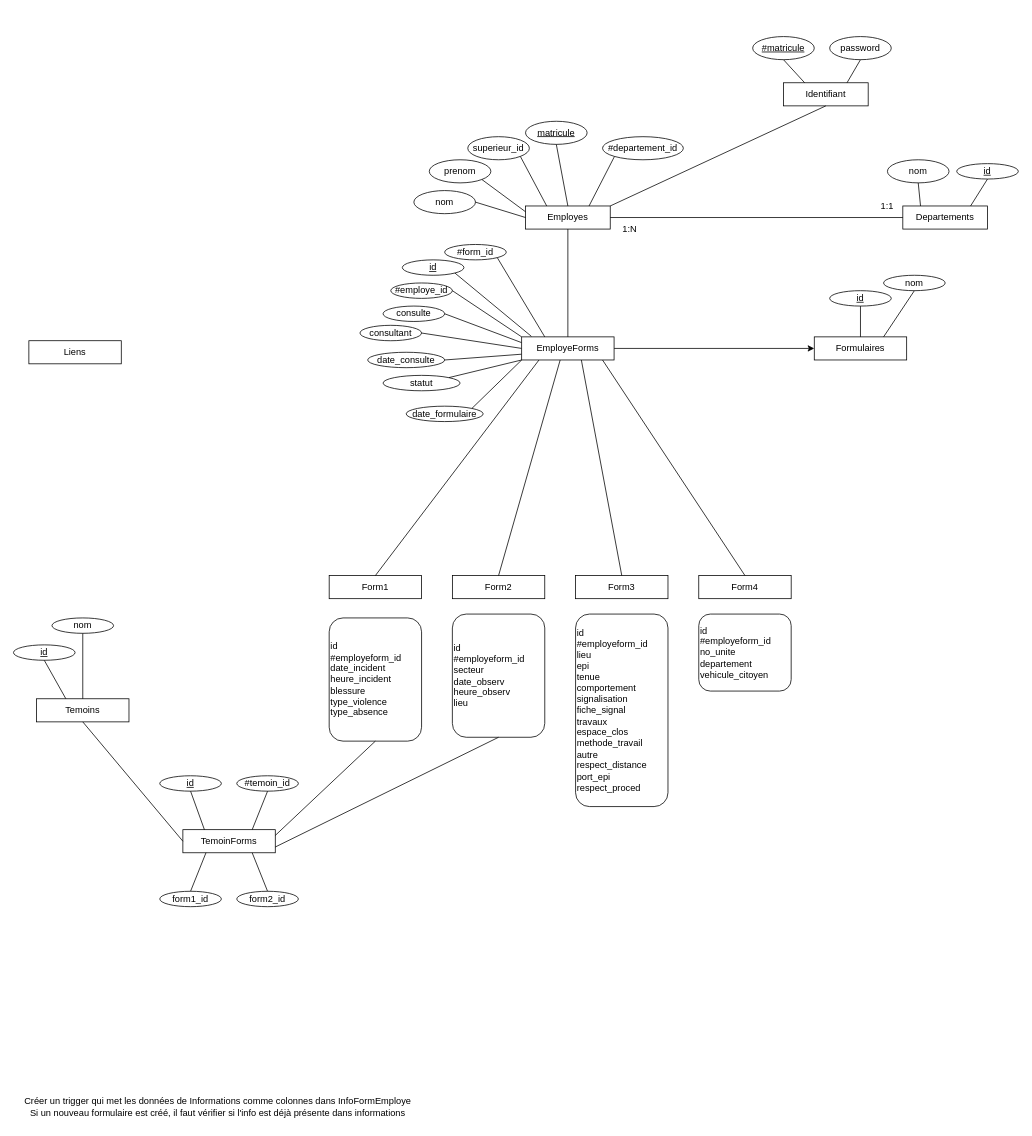
Earlier version of the draw.io diagram Notes/BDD/BDD.drawio (antoineg94/Projet-integration). Source tidied: cells renumbered, new cells numbered last; positions are measured from the earlier drawing's top-left corner, leaving out a move shared by most shapes. Both pictures are drawn from the tidied source at 77%, with x=0, y=0 at pixel (13, 36).
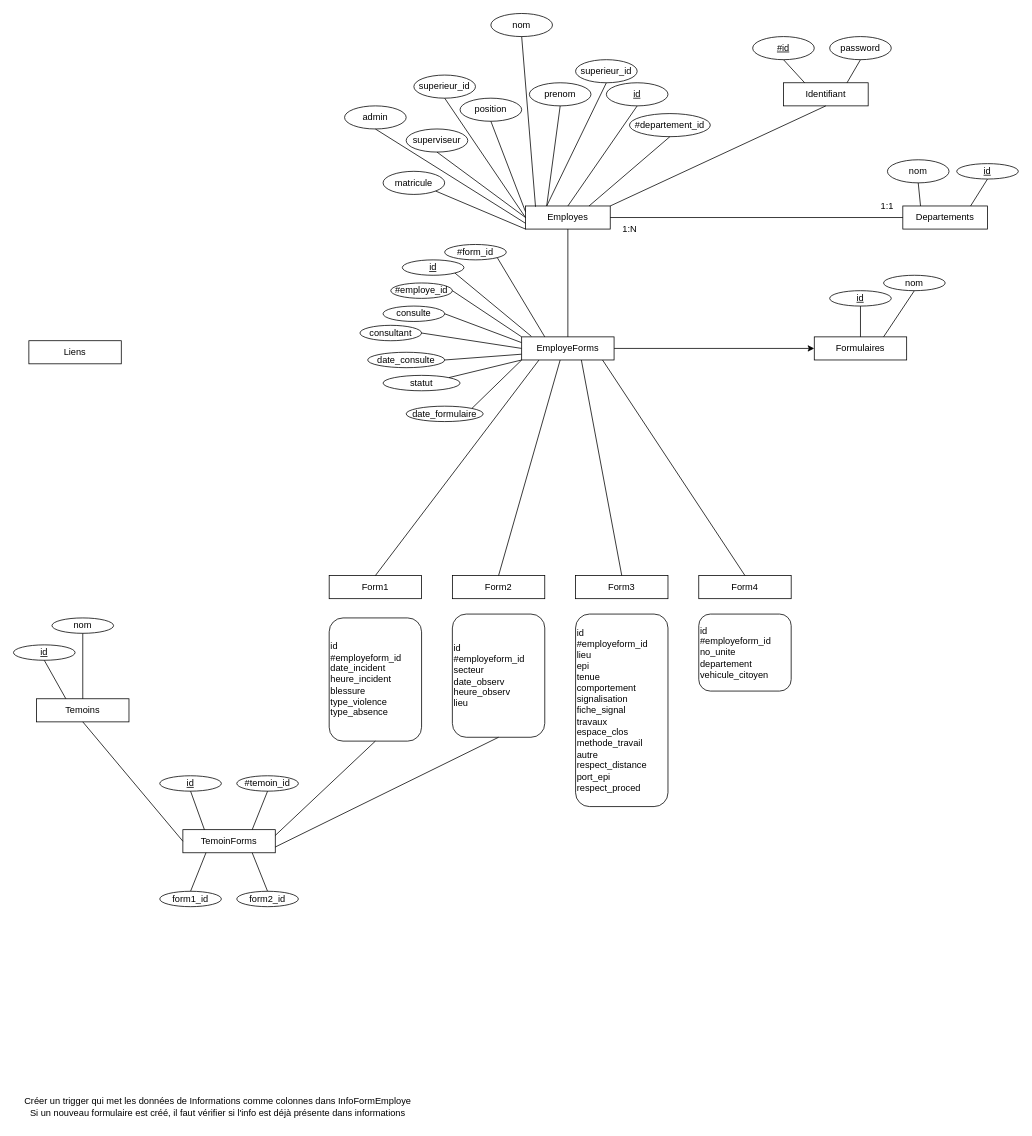
Above is the later version.

The change refers to these unchanged cells:
```xml
<mxCell id="2" value="Employes" style="rounded=0;whiteSpace=wrap;html=1;" parent="1" vertex="1">
  <mxGeometry x="665" y="220" width="110" height="30" as="geometry" />
</mxCell>
```

Diff of the diagram source:
```diff
@@
     <mxCell id="16" value="nom" style="ellipse;whiteSpace=wrap;html=1;" parent="1" vertex="1">
-      <mxGeometry x="520" y="200" width="80" height="30" as="geometry" />
+      <mxGeometry x="620" y="-30" width="80" height="30" as="geometry" />
     </mxCell>
-    <mxCell id="17" style="endArrow=none;html=1;rounded=0;entryX=1;entryY=0.5;entryDx=0;entryDy=0;exitX=0;exitY=0.5;exitDx=0;exitDy=0;" parent="1" edge="1" source="2" target="16">
+    <mxCell id="17" style="endArrow=none;html=1;rounded=0;entryX=0.5;entryY=1;entryDx=0;entryDy=0;exitX=0.118;exitY=0.033;exitDx=0;exitDy=0;exitPerimeter=0;" parent="1" edge="1" source="2" target="16">
       <mxGeometry relative="1" as="geometry" />
     </mxCell>
     <mxCell id="18" value="prenom" style="ellipse;whiteSpace=wrap;html=1;" parent="1" vertex="1">
-      <mxGeometry x="540" y="160" width="80" height="30" as="geometry" />
+      <mxGeometry x="670" y="60" width="80" height="30" as="geometry" />
     </mxCell>
-    <mxCell id="19" value="&lt;u&gt;matricule&lt;/u&gt;" style="ellipse;whiteSpace=wrap;html=1;" parent="1" vertex="1">
-      <mxGeometry x="665" y="110" width="80" height="30" as="geometry" />
+    <mxCell id="19" value="&lt;u&gt;id&lt;/u&gt;" style="ellipse;whiteSpace=wrap;html=1;" parent="1" vertex="1">
+      <mxGeometry x="770" y="60" width="80" height="30" as="geometry" />
     </mxCell>
@@
-    <mxCell id="21" style="endArrow=none;html=1;rounded=0;entryX=1;entryY=1;entryDx=0;entryDy=0;exitX=0;exitY=0.25;exitDx=0;exitDy=0;" parent="1" edge="1" source="2" target="18">
+    <mxCell id="21" style="endArrow=none;html=1;rounded=0;entryX=0.5;entryY=1;entryDx=0;entryDy=0;exitX=0.25;exitY=0;exitDx=0;exitDy=0;" parent="1" edge="1" source="2" target="18">
       <mxGeometry relative="1" as="geometry" />
     </mxCell>
     <mxCell id="22" value="#departement_id" style="ellipse;whiteSpace=wrap;html=1;" parent="1" vertex="1">
-      <mxGeometry x="765" y="130" width="105" height="30" as="geometry" />
+      <mxGeometry x="800" y="100" width="105" height="30" as="geometry" />
     </mxCell>
-    <mxCell id="23" style="endArrow=none;html=1;rounded=0;entryX=0;entryY=1;entryDx=0;entryDy=0;exitX=0.75;exitY=0;exitDx=0;exitDy=0;" parent="1" edge="1" source="2" target="22">
+    <mxCell id="23" style="endArrow=none;html=1;rounded=0;entryX=0.5;entryY=1;entryDx=0;entryDy=0;exitX=0.75;exitY=0;exitDx=0;exitDy=0;" parent="1" edge="1" source="2" target="22">
       <mxGeometry relative="1" as="geometry" />
     </mxCell>
@@
     <mxCell id="31" value="superieur_id" style="ellipse;whiteSpace=wrap;html=1;" parent="1" vertex="1">
-      <mxGeometry x="590" y="130" width="80" height="30" as="geometry" />
+      <mxGeometry x="730" y="30" width="80" height="30" as="geometry" />
     </mxCell>
-    <mxCell id="32" style="endArrow=none;html=1;rounded=0;exitX=1;exitY=1;exitDx=0;exitDy=0;entryX=0.25;entryY=0;entryDx=0;entryDy=0;" parent="1" edge="1" source="31" target="2">
+    <mxCell id="32" style="endArrow=none;html=1;rounded=0;exitX=0.5;exitY=1;exitDx=0;exitDy=0;entryX=0.25;entryY=0;entryDx=0;entryDy=0;" parent="1" edge="1" source="31" target="2">
       <mxGeometry relative="1" as="geometry" />
     </mxCell>
@@
-    <mxCell id="75" value="&lt;u&gt;#matricule&lt;/u&gt;" style="ellipse;whiteSpace=wrap;html=1;" parent="1" vertex="1">
+    <mxCell id="75" value="&lt;u&gt;#id&lt;/u&gt;" style="ellipse;whiteSpace=wrap;html=1;" parent="1" vertex="1">
       <mxGeometry x="960" width="80" height="30" as="geometry" />
     </mxCell>
@@
+    <mxCell id="82" value="superieur_id" style="ellipse;whiteSpace=wrap;html=1;" parent="1" vertex="1">
+      <mxGeometry x="520" y="50" width="80" height="30" as="geometry" />
+    </mxCell>
+    <mxCell id="83" value="position" style="ellipse;whiteSpace=wrap;html=1;" parent="1" vertex="1">
+      <mxGeometry x="580" y="80" width="80" height="30" as="geometry" />
+    </mxCell>
+    <mxCell id="84" value="admin" style="ellipse;whiteSpace=wrap;html=1;" parent="1" vertex="1">
+      <mxGeometry x="430" y="90" width="80" height="30" as="geometry" />
+    </mxCell>
+    <mxCell id="85" value="superviseur" style="ellipse;whiteSpace=wrap;html=1;" parent="1" vertex="1">
+      <mxGeometry x="510" y="120" width="80" height="30" as="geometry" />
+    </mxCell>
+    <mxCell id="86" style="endArrow=none;html=1;rounded=0;entryX=0.5;entryY=1;entryDx=0;entryDy=0;exitX=0;exitY=0.25;exitDx=0;exitDy=0;" parent="1" edge="1" source="2" target="83">
+      <mxGeometry relative="1" as="geometry" />
+    </mxCell>
+    <mxCell id="87" style="endArrow=none;html=1;rounded=0;entryX=0.5;entryY=1;entryDx=0;entryDy=0;exitX=0;exitY=0.5;exitDx=0;exitDy=0;" parent="1" edge="1" source="2" target="82">
+      <mxGeometry relative="1" as="geometry" />
+    </mxCell>
+    <mxCell id="88" style="endArrow=none;html=1;rounded=0;entryX=0.5;entryY=1;entryDx=0;entryDy=0;exitX=0;exitY=0.5;exitDx=0;exitDy=0;" parent="1" edge="1" source="2" target="85">
+      <mxGeometry relative="1" as="geometry" />
+    </mxCell>
+    <mxCell id="89" style="endArrow=none;html=1;rounded=0;entryX=0.5;entryY=1;entryDx=0;entryDy=0;exitX=0;exitY=0.75;exitDx=0;exitDy=0;" parent="1" edge="1" source="2" target="84">
+      <mxGeometry relative="1" as="geometry" />
+    </mxCell>
+    <mxCell id="90" value="matricule" style="ellipse;whiteSpace=wrap;html=1;" parent="1" vertex="1">
+      <mxGeometry x="480" y="175" width="80" height="30" as="geometry" />
+    </mxCell>
+    <mxCell id="91" style="endArrow=none;html=1;rounded=0;entryX=0;entryY=1;entryDx=0;entryDy=0;exitX=1;exitY=1;exitDx=0;exitDy=0;" parent="1" edge="1" source="90" target="2">
+      <mxGeometry relative="1" as="geometry" />
+    </mxCell>
```
